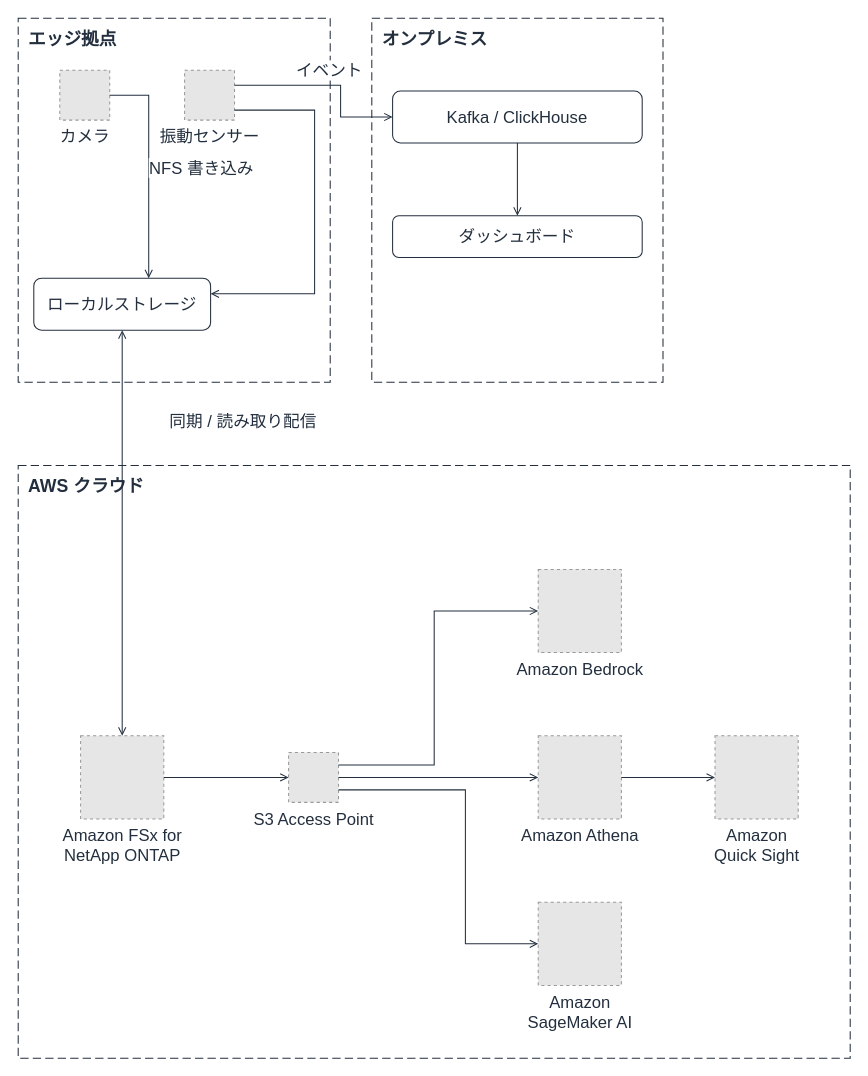
Earlier version of the draw.io diagram docs/diagrams/architecture-file-path.drawio (Yoshiki0705/ontap-edge-to-cloud-ai). Source tidied: cells renumbered, new cells numbered last; positions are measured from the earlier drawing's top-left corner, leaving out a move shared by most shapes. Both pictures are drawn from the tidied source at 104%, with x=0, y=0 at pixel (18, 18). Pictures stored in the file or linked from it are replaced by grey dashed boxes.
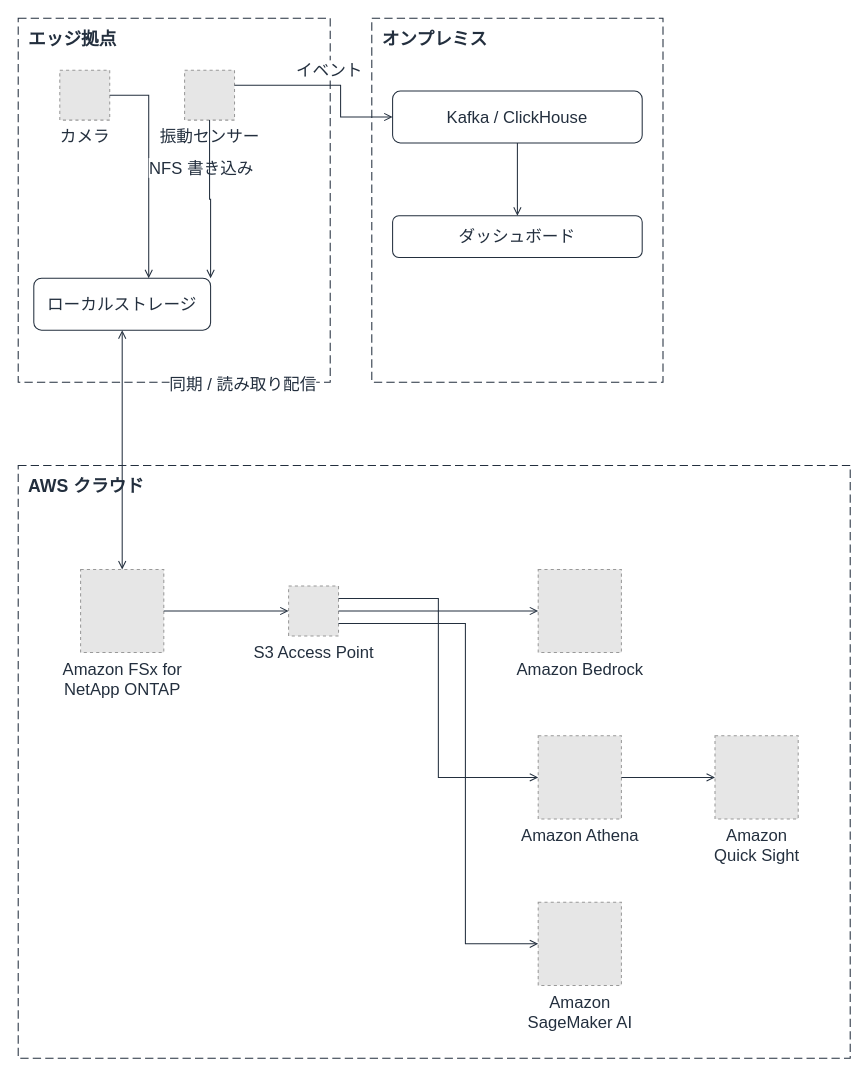
Above is the later version.

Unchanged cells that the change refers to:
```xml
<mxCell id="6" value="振動センサー" style="fillColor=#E6E6E6;strokeColor=#999999;dashed=1;html=1;verticalLabelPosition=bottom;verticalAlign=top;labelPosition=center;align=center;fontSize=16;fontColor=#232F3E;" parent="1" vertex="1">
  <mxGeometry x="160" y="50" width="48" height="48" as="geometry" />
</mxCell>
<mxCell id="7" value="ローカルストレージ" style="rounded=1;html=1;whiteSpace=wrap;fillColor=#FFFFFF;strokeColor=#232F3E;fontSize=16;fontColor=#232F3E;" parent="1" vertex="1">
  <mxGeometry x="15" y="250" width="170" height="50" as="geometry" />
</mxCell>
<mxCell id="12" value="Amazon Bedrock" style="fillColor=#E6E6E6;strokeColor=#999999;dashed=1;html=1;verticalLabelPosition=bottom;verticalAlign=top;labelPosition=center;align=center;fontSize=16;fontColor=#232F3E;" parent="1" vertex="1">
  <mxGeometry x="500" y="530" width="80" height="80" as="geometry" />
</mxCell>
<mxCell id="14" value="Amazon&lt;br&gt;SageMaker AI" style="fillColor=#E6E6E6;strokeColor=#999999;dashed=1;html=1;verticalLabelPosition=bottom;verticalAlign=top;labelPosition=center;align=center;fontSize=16;fontColor=#232F3E;" parent="1" vertex="1">
  <mxGeometry x="500" y="850" width="80" height="80" as="geometry" />
</mxCell>
```

What changed in the source:
```diff
@@
     <mxCell id="10" value="Amazon FSx for&lt;br&gt;NetApp ONTAP" style="fillColor=#E6E6E6;strokeColor=#999999;dashed=1;html=1;verticalLabelPosition=bottom;verticalAlign=top;labelPosition=center;align=center;fontSize=16;fontColor=#232F3E;" parent="1" vertex="1">
-      <mxGeometry x="60" y="690" width="80" height="80" as="geometry" />
+      <mxGeometry x="60" y="530" width="80" height="80" as="geometry" />
     </mxCell>
     <mxCell id="11" value="S3 Access Point" style="fillColor=#E6E6E6;strokeColor=#999999;dashed=1;html=1;verticalLabelPosition=bottom;verticalAlign=top;labelPosition=center;align=center;fontSize=16;fontColor=#232F3E;" parent="1" vertex="1">
-      <mxGeometry x="260" y="706" width="48" height="48" as="geometry" />
+      <mxGeometry x="260" y="546" width="48" height="48" as="geometry" />
     </mxCell>
@@
-    <mxCell id="17" style="edgeStyle=orthogonalEdgeStyle;rounded=0;html=1;endArrow=open;endFill=0;strokeColor=#232F3E;strokeWidth=1;fontSize=16;fontColor=#232F3E;labelBackgroundColor=#FFFFFF;exitX=1;exitY=0.8;exitDx=0;exitDy=0;entryX=1;entryY=0.3;entryDx=0;entryDy=0;" parent="1" edge="1" source="6" target="7">
-      <mxGeometry relative="1" as="geometry">
-        <Array as="points">
-          <mxPoint x="285" y="88" />
-          <mxPoint x="285" y="265" />
-        </Array>
-      </mxGeometry>
+    <mxCell id="17" style="edgeStyle=orthogonalEdgeStyle;rounded=0;html=1;endArrow=open;endFill=0;strokeColor=#232F3E;strokeWidth=1;fontSize=16;fontColor=#232F3E;labelBackgroundColor=#FFFFFF;exitX=0.5;exitY=1;exitDx=0;exitDy=0;entryX=1.0;entryY=0;entryDx=0;entryDy=0;" parent="1" edge="1" source="6" target="7">
+      <mxGeometry relative="1" as="geometry" />
     </mxCell>
@@
     <mxCell id="22" style="edgeStyle=orthogonalEdgeStyle;rounded=0;html=1;endArrow=open;endFill=0;strokeColor=#232F3E;strokeWidth=1;fontSize=16;fontColor=#232F3E;labelBackgroundColor=#FFFFFF;exitX=1;exitY=0.25;exitDx=0;exitDy=0;entryX=0;entryY=0.5;entryDx=0;entryDy=0;" parent="1" edge="1" source="11" target="12">
-      <mxGeometry relative="1" as="geometry">
-        <Array as="points">
-          <mxPoint x="400" y="718" />
-          <mxPoint x="400" y="570" />
-        </Array>
-      </mxGeometry>
+      <mxGeometry relative="1" as="geometry" />
     </mxCell>
@@
     <mxCell id="24" style="edgeStyle=orthogonalEdgeStyle;rounded=0;html=1;endArrow=open;endFill=0;strokeColor=#232F3E;strokeWidth=1;fontSize=16;fontColor=#232F3E;labelBackgroundColor=#FFFFFF;exitX=1;exitY=0.75;exitDx=0;exitDy=0;entryX=0;entryY=0.5;entryDx=0;entryDy=0;" parent="1" edge="1" source="11" target="14">
       <mxGeometry relative="1" as="geometry">
         <Array as="points">
-          <mxPoint x="430" y="742" />
+          <mxPoint x="430" y="582" />
           <mxPoint x="430" y="890" />
         </Array>
       </mxGeometry>
     </mxCell>
```
